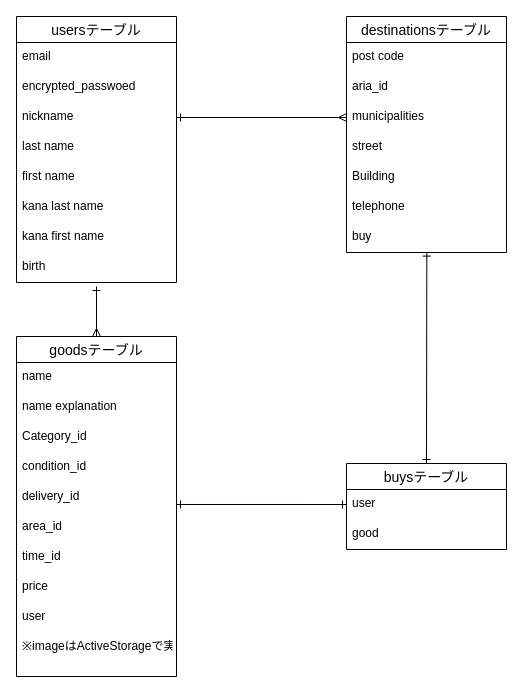
Above: furima.dio in hosomikazuhito/furima-40600 (draw.io), before the change. Source tidied: cells renumbered, new cells numbered last; positions are measured from the earlier drawing's top-left corner, leaving out a move shared by most shapes. Both pictures are drawn from the tidied source at 100%, with x=0, y=0 at pixel (16, 16).
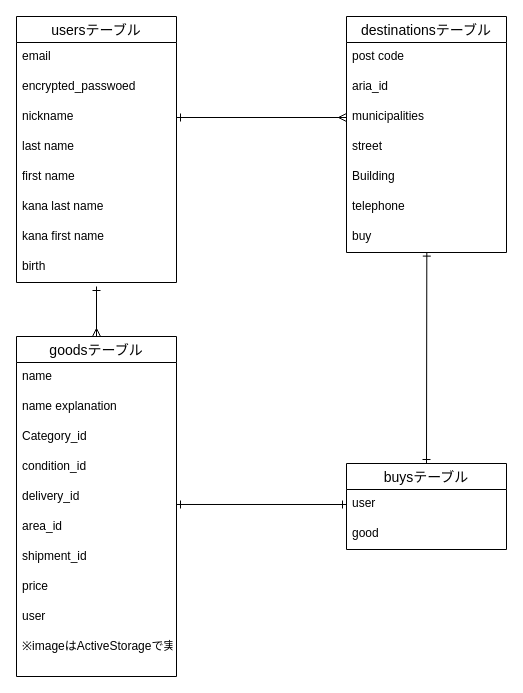
After the change.

Commit message (it also covers changes not shown here):
データベース設計修正依頼4

Unchanged cells that the change refers to:
```xml
<mxCell id="20" value="goodsテーブル" style="swimlane;fontStyle=0;horizontal=1;startSize=26;align=center;fontSize=14;" parent="1" vertex="1">
  <mxGeometry y="320" width="160" height="340" as="geometry" />
</mxCell>
```

Change to the diagram source:
```diff
@@
-    <mxCell id="27" value="time_id" style="text;strokeColor=none;fillColor=none;spacingLeft=4;spacingRight=4;overflow=hidden;fontSize=12;" parent="20" vertex="1">
+    <mxCell id="27" value="shipment_id" style="text;strokeColor=none;fillColor=none;spacingLeft=4;spacingRight=4;overflow=hidden;fontSize=12;" parent="20" vertex="1">
       <mxGeometry y="206" width="160" height="30" as="geometry" />
     </mxCell>
```
